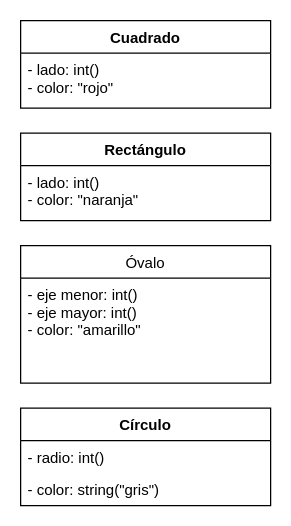
Before: ejercicio1.drawio in mgonzalz/ejercicios_grupales, a draw.io diagram. Source tidied: cells renumbered, new cells numbered last; positions are measured from the earlier drawing's top-left corner, leaving out a move shared by most shapes. Both pictures are drawn from the tidied source at 125%, with x=0, y=0 at pixel (20, 20).
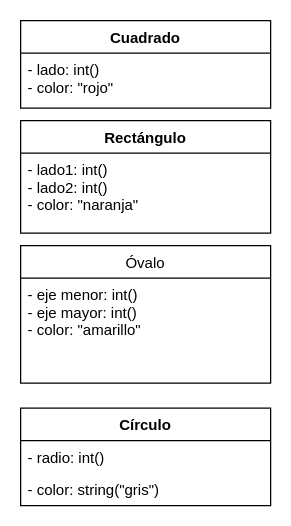
Above is the later version.

Diff of the diagram source:
```diff
@@
 <mxGraphModel>
   <root>
     <mxCell id="0" />
     <mxCell id="1" parent="0" />
     <mxCell id="2" value="Cuadrado" style="swimlane;fontStyle=1;align=center;verticalAlign=top;horizontal=1;startSize=26;" parent="1" vertex="1">
       <mxGeometry width="200" height="70" as="geometry" />
     </mxCell>
     <mxCell id="3" value="- lado: int()&#10;- color: &quot;rojo&quot;" style="text;strokeColor=none;fillColor=none;align=left;verticalAlign=top;spacingLeft=4;spacingRight=4;overflow=hidden;" parent="2" vertex="1">
       <mxGeometry y="26" width="200" height="44" as="geometry" />
     </mxCell>
     <mxCell id="4" value="Rectángulo" style="swimlane;fontStyle=1;align=center;verticalAlign=top;horizontal=1;startSize=26;" parent="1" vertex="1">
-      <mxGeometry y="90" width="200" height="70" as="geometry" />
+      <mxGeometry y="80" width="200" height="90" as="geometry" />
     </mxCell>
-    <mxCell id="5" value="- lado: int()&#10;- color: &quot;naranja&quot;" style="text;strokeColor=none;fillColor=none;align=left;verticalAlign=top;spacingLeft=4;spacingRight=4;overflow=hidden;" parent="4" vertex="1">
-      <mxGeometry y="26" width="200" height="44" as="geometry" />
+    <mxCell id="5" value="- lado1: int()&#10;- lado2: int()&#10;- color: &quot;naranja&quot;" style="text;strokeColor=none;fillColor=none;align=left;verticalAlign=top;spacingLeft=4;spacingRight=4;overflow=hidden;" parent="4" vertex="1">
+      <mxGeometry y="26" width="200" height="64" as="geometry" />
     </mxCell>
     <mxCell id="6" value="Círculo" style="swimlane;fontStyle=1;horizontal=1;startSize=26;fillColor=none;" parent="1" vertex="1">
       <mxGeometry y="310" width="200" height="78" as="geometry" />
     </mxCell>
     <mxCell id="7" value="- radio: int()" style="text;strokeColor=none;fillColor=none;align=left;verticalAlign=top;spacingLeft=4;spacingRight=4;overflow=hidden;" parent="6" vertex="1">
       <mxGeometry y="26" width="200" height="26" as="geometry" />
     </mxCell>
     <mxCell id="8" value="- color: string(&quot;gris&quot;)&#10;" style="text;strokeColor=none;fillColor=none;align=left;verticalAlign=top;spacingLeft=4;spacingRight=4;overflow=hidden;" parent="6" vertex="1">
       <mxGeometry y="52" width="200" height="26" as="geometry" />
     </mxCell>
     <mxCell id="9" value="Óvalo" style="swimlane;fontStyle=0;horizontal=1;startSize=26;fillColor=none;" parent="1" vertex="1">
       <mxGeometry y="180" width="200" height="110" as="geometry" />
     </mxCell>
     <mxCell id="10" value="- eje menor: int()&#10;- eje mayor: int()&#10;- color: &quot;amarillo&quot;" style="text;strokeColor=none;fillColor=none;align=left;verticalAlign=top;spacingLeft=4;spacingRight=4;overflow=hidden;" parent="9" vertex="1">
       <mxGeometry y="26" width="200" height="84" as="geometry" />
     </mxCell>
   </root>
 </mxGraphModel>
```
